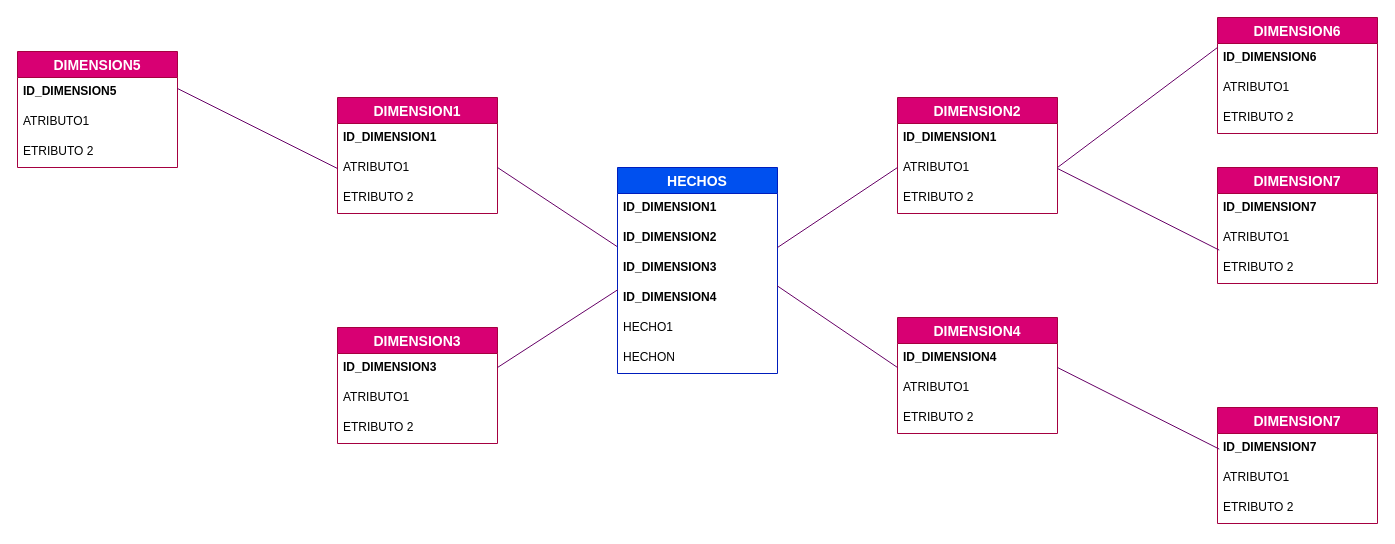
The draw.io diagram DIAGRAMAN/Diagrama Copo de Nieve.drawio in IVONNE80/BASE-DE-DATOS, before the edit. Source tidied: cells renumbered, new cells numbered last; positions are measured from the earlier drawing's top-left corner, leaving out a move shared by most shapes. Both pictures are drawn from the tidied source at 100%, with x=0, y=0 at pixel (17, 17).
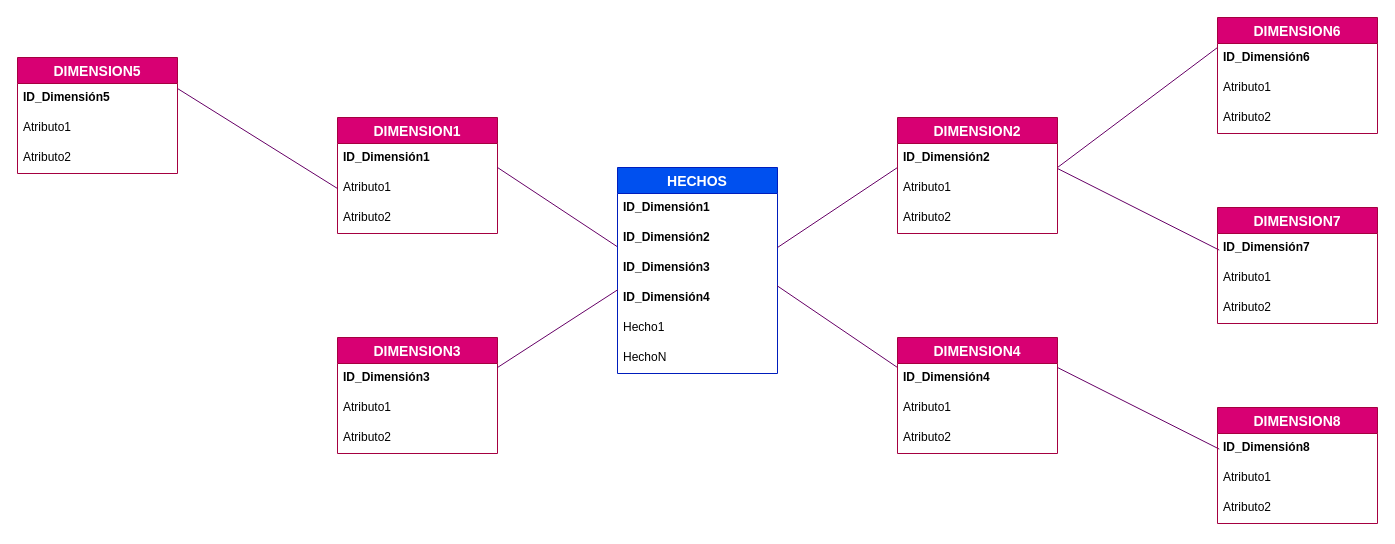
After the change.

Unchanged cells that the change refers to:
```xml
<mxCell id="2" value="HECHOS" style="swimlane;fontStyle=1;horizontal=1;startSize=26;align=center;fontSize=14;fillColor=#0050ef;strokeColor=#001DBC;fontColor=#ffffff;" parent="1" vertex="1">
  <mxGeometry x="600" y="150" width="160" height="206" as="geometry" />
</mxCell>
```

Diff of the diagram source:
```diff
@@
-    <mxCell id="3" value="ID_DIMENSION1" style="text;strokeColor=none;fillColor=none;spacingLeft=4;spacingRight=4;overflow=hidden;fontSize=12;fontStyle=1;" parent="2" vertex="1">
+    <mxCell id="3" value="ID_Dimensión1" style="text;strokeColor=none;fillColor=none;spacingLeft=4;spacingRight=4;overflow=hidden;fontSize=12;fontStyle=1;" parent="2" vertex="1">
       <mxGeometry y="26" width="160" height="30" as="geometry" />
     </mxCell>
-    <mxCell id="4" value="ID_DIMENSION2" style="text;strokeColor=none;fillColor=none;spacingLeft=4;spacingRight=4;overflow=hidden;points=[[0,0.5],[1,0.5]];portConstraint=eastwest;fontSize=12;fontStyle=1;" parent="2" vertex="1">
+    <mxCell id="4" value="ID_Dimensión2" style="text;strokeColor=none;fillColor=none;spacingLeft=4;spacingRight=4;overflow=hidden;points=[[0,0.5],[1,0.5]];portConstraint=eastwest;fontSize=12;fontStyle=1;" parent="2" vertex="1">
       <mxGeometry y="56" width="160" height="30" as="geometry" />
     </mxCell>
-    <mxCell id="5" value="ID_DIMENSION3" style="text;strokeColor=none;fillColor=none;spacingLeft=4;spacingRight=4;overflow=hidden;fontSize=12;fontStyle=1;" parent="2" vertex="1">
+    <mxCell id="5" value="ID_Dimensión3" style="text;strokeColor=none;fillColor=none;spacingLeft=4;spacingRight=4;overflow=hidden;fontSize=12;fontStyle=1;" parent="2" vertex="1">
       <mxGeometry y="86" width="160" height="30" as="geometry" />
     </mxCell>
-    <mxCell id="6" value="ID_DIMENSION4" style="text;strokeColor=none;fillColor=none;spacingLeft=4;spacingRight=4;overflow=hidden;points=[[0,0.5],[1,0.5]];portConstraint=eastwest;fontSize=12;fontStyle=1;" parent="2" vertex="1">
+    <mxCell id="6" value="ID_Dimensión4" style="text;strokeColor=none;fillColor=none;spacingLeft=4;spacingRight=4;overflow=hidden;points=[[0,0.5],[1,0.5]];portConstraint=eastwest;fontSize=12;fontStyle=1;" parent="2" vertex="1">
       <mxGeometry y="116" width="160" height="30" as="geometry" />
     </mxCell>
-    <mxCell id="7" value="HECHO1" style="text;strokeColor=none;fillColor=none;spacingLeft=4;spacingRight=4;overflow=hidden;fontSize=12;" parent="2" vertex="1">
+    <mxCell id="7" value="Hecho1" style="text;strokeColor=none;fillColor=none;spacingLeft=4;spacingRight=4;overflow=hidden;fontSize=12;" parent="2" vertex="1">
       <mxGeometry y="146" width="160" height="30" as="geometry" />
     </mxCell>
-    <mxCell id="8" value="HECHON" style="text;strokeColor=none;fillColor=none;spacingLeft=4;spacingRight=4;overflow=hidden;fontSize=12;" parent="2" vertex="1">
+    <mxCell id="8" value="HechoN" style="text;strokeColor=none;fillColor=none;spacingLeft=4;spacingRight=4;overflow=hidden;fontSize=12;" parent="2" vertex="1">
       <mxGeometry y="176" width="160" height="30" as="geometry" />
     </mxCell>
     <mxCell id="9" value="DIMENSION1" style="swimlane;fontStyle=1;horizontal=1;startSize=26;align=center;fontSize=14;fillColor=#d80073;strokeColor=#A50040;fontColor=#ffffff;" parent="1" vertex="1">
-      <mxGeometry x="320" y="80" width="160" height="116" as="geometry" />
+      <mxGeometry x="320" y="100" width="160" height="116" as="geometry" />
     </mxCell>
-    <mxCell id="10" value="ID_DIMENSION1" style="text;strokeColor=none;fillColor=none;spacingLeft=4;spacingRight=4;overflow=hidden;fontSize=12;fontStyle=1;" parent="9" vertex="1">
+    <mxCell id="10" value="ID_Dimensión1" style="text;strokeColor=none;fillColor=none;spacingLeft=4;spacingRight=4;overflow=hidden;fontSize=12;fontStyle=1;labelBorderColor=none;fontColor=default;" parent="9" vertex="1">
       <mxGeometry y="26" width="160" height="30" as="geometry" />
     </mxCell>
-    <mxCell id="11" value="ATRIBUTO1" style="text;strokeColor=none;fillColor=none;spacingLeft=4;spacingRight=4;overflow=hidden;points=[[0,0.5],[1,0.5]];portConstraint=eastwest;fontSize=12;" parent="9" vertex="1">
+    <mxCell id="11" value="Atributo1" style="text;strokeColor=none;fillColor=none;spacingLeft=4;spacingRight=4;overflow=hidden;points=[[0,0.5],[1,0.5]];portConstraint=eastwest;fontSize=12;html=1;" parent="9" vertex="1">
       <mxGeometry y="56" width="160" height="30" as="geometry" />
     </mxCell>
-    <mxCell id="12" value="ETRIBUTO 2" style="text;strokeColor=none;fillColor=none;spacingLeft=4;spacingRight=4;overflow=hidden;fontSize=12;" parent="9" vertex="1">
+    <mxCell id="12" value="Atributo2" style="text;strokeColor=none;fillColor=none;spacingLeft=4;spacingRight=4;overflow=hidden;fontSize=12;" parent="9" vertex="1">
       <mxGeometry y="86" width="160" height="30" as="geometry" />
     </mxCell>
-    <mxCell id="13" value="DIMENSION2" style="swimlane;fontStyle=1;horizontal=1;startSize=26;align=center;fontSize=14;fillColor=#d80073;strokeColor=#A50040;fontColor=#ffffff;" parent="1" vertex="1">
-      <mxGeometry x="880" y="80" width="160" height="116" as="geometry" />
-    </mxCell>
-    <mxCell id="14" value="ID_DIMENSION1" style="text;strokeColor=none;fillColor=none;spacingLeft=4;spacingRight=4;overflow=hidden;fontSize=12;fontStyle=1;" parent="13" vertex="1">
-      <mxGeometry y="26" width="160" height="30" as="geometry" />
-    </mxCell>
-    <mxCell id="15" value="ATRIBUTO1" style="text;strokeColor=none;fillColor=none;spacingLeft=4;spacingRight=4;overflow=hidden;points=[[0,0.5],[1,0.5]];portConstraint=eastwest;fontSize=12;" parent="13" vertex="1">
-      <mxGeometry y="56" width="160" height="30" as="geometry" />
-    </mxCell>
-    <mxCell id="16" value="ETRIBUTO 2" style="text;strokeColor=none;fillColor=none;spacingLeft=4;spacingRight=4;overflow=hidden;fontSize=12;" parent="13" vertex="1">
-      <mxGeometry y="86" width="160" height="30" as="geometry" />
-    </mxCell>
     <mxCell id="17" value="DIMENSION3" style="swimlane;fontStyle=1;horizontal=1;startSize=26;align=center;fontSize=14;fillColor=#d80073;strokeColor=#A50040;fontColor=#ffffff;" parent="1" vertex="1">
-      <mxGeometry x="320" y="310" width="160" height="116" as="geometry" />
+      <mxGeometry x="320" y="320" width="160" height="116" as="geometry" />
     </mxCell>
-    <mxCell id="18" value="ID_DIMENSION3" style="text;strokeColor=none;fillColor=none;spacingLeft=4;spacingRight=4;overflow=hidden;fontSize=12;fontStyle=1;" parent="17" vertex="1">
+    <mxCell id="18" value="ID_Dimensión3" style="text;strokeColor=none;fillColor=none;spacingLeft=4;spacingRight=4;overflow=hidden;fontSize=12;fontStyle=1;" parent="17" vertex="1">
       <mxGeometry y="26" width="160" height="30" as="geometry" />
     </mxCell>
-    <mxCell id="19" value="ATRIBUTO1" style="text;strokeColor=none;fillColor=none;spacingLeft=4;spacingRight=4;overflow=hidden;fontSize=12;" parent="17" vertex="1">
+    <mxCell id="19" value="Atributo1" style="text;strokeColor=none;fillColor=none;spacingLeft=4;spacingRight=4;overflow=hidden;fontSize=12;" parent="17" vertex="1">
       <mxGeometry y="56" width="160" height="30" as="geometry" />
     </mxCell>
-    <mxCell id="20" value="ETRIBUTO 2" style="text;strokeColor=none;fillColor=none;spacingLeft=4;spacingRight=4;overflow=hidden;fontSize=12;" parent="17" vertex="1">
+    <mxCell id="20" value="Atributo2" style="text;strokeColor=none;fillColor=none;spacingLeft=4;spacingRight=4;overflow=hidden;fontSize=12;" parent="17" vertex="1">
       <mxGeometry y="86" width="160" height="30" as="geometry" />
     </mxCell>
-    <mxCell id="21" value="DIMENSION4" style="swimlane;fontStyle=1;horizontal=1;startSize=26;align=center;fontSize=14;fillColor=#d80073;strokeColor=#A50040;fontColor=#ffffff;" parent="1" vertex="1">
-      <mxGeometry x="880" y="300" width="160" height="116" as="geometry" />
-    </mxCell>
-    <mxCell id="22" value="ID_DIMENSION4" style="text;strokeColor=none;fillColor=none;spacingLeft=4;spacingRight=4;overflow=hidden;fontSize=12;fontStyle=1;" parent="21" vertex="1">
-      <mxGeometry y="26" width="160" height="30" as="geometry" />
-    </mxCell>
-    <mxCell id="23" value="ATRIBUTO1" style="text;strokeColor=none;fillColor=none;spacingLeft=4;spacingRight=4;overflow=hidden;fontSize=12;" parent="21" vertex="1">
-      <mxGeometry y="56" width="160" height="30" as="geometry" />
-    </mxCell>
-    <mxCell id="24" value="ETRIBUTO 2" style="text;strokeColor=none;fillColor=none;spacingLeft=4;spacingRight=4;overflow=hidden;fontSize=12;" parent="21" vertex="1">
-      <mxGeometry y="86" width="160" height="30" as="geometry" />
-    </mxCell>
@@
-    <mxCell id="29" value="DIMENSION5" style="swimlane;fontStyle=1;horizontal=1;startSize=26;align=center;fontSize=14;fillColor=#d80073;strokeColor=#A50040;fontColor=#ffffff;" parent="1" vertex="1">
-      <mxGeometry y="34" width="160" height="116" as="geometry" />
-    </mxCell>
-    <mxCell id="30" value="ID_DIMENSION5" style="text;strokeColor=none;fillColor=none;spacingLeft=4;spacingRight=4;overflow=hidden;fontSize=12;fontStyle=1;" parent="29" vertex="1">
-      <mxGeometry y="26" width="160" height="30" as="geometry" />
-    </mxCell>
-    <mxCell id="31" value="ATRIBUTO1" style="text;strokeColor=none;fillColor=none;spacingLeft=4;spacingRight=4;overflow=hidden;fontSize=12;" parent="29" vertex="1">
-      <mxGeometry y="56" width="160" height="30" as="geometry" />
-    </mxCell>
-    <mxCell id="32" value="ETRIBUTO 2" style="text;strokeColor=none;fillColor=none;spacingLeft=4;spacingRight=4;overflow=hidden;fontSize=12;" parent="29" vertex="1">
-      <mxGeometry y="86" width="160" height="30" as="geometry" />
-    </mxCell>
@@
-    <mxCell id="34" value="DIMENSION6" style="swimlane;fontStyle=1;horizontal=1;startSize=26;align=center;fontSize=14;fillColor=#d80073;strokeColor=#A50040;fontColor=#ffffff;" parent="1" vertex="1">
-      <mxGeometry x="1200" width="160" height="116" as="geometry" />
-    </mxCell>
-    <mxCell id="35" value="ID_DIMENSION6" style="text;strokeColor=none;fillColor=none;spacingLeft=4;spacingRight=4;overflow=hidden;points=[[0,0.5],[1,0.5]];portConstraint=eastwest;fontSize=12;fontStyle=1;" parent="34" vertex="1">
-      <mxGeometry y="26" width="160" height="30" as="geometry" />
-    </mxCell>
-    <mxCell id="36" value="ATRIBUTO1" style="text;strokeColor=none;fillColor=none;spacingLeft=4;spacingRight=4;overflow=hidden;fontSize=12;" parent="34" vertex="1">
-      <mxGeometry y="56" width="160" height="30" as="geometry" />
-    </mxCell>
-    <mxCell id="37" value="ETRIBUTO 2" style="text;strokeColor=none;fillColor=none;spacingLeft=4;spacingRight=4;overflow=hidden;fontSize=12;" parent="34" vertex="1">
-      <mxGeometry y="86" width="160" height="30" as="geometry" />
-    </mxCell>
-    <mxCell id="38" value="DIMENSION7" style="swimlane;fontStyle=1;horizontal=1;startSize=26;align=center;fontSize=14;fillColor=#d80073;strokeColor=#A50040;fontColor=#ffffff;" parent="1" vertex="1">
-      <mxGeometry x="1200" y="150" width="160" height="116" as="geometry" />
-    </mxCell>
-    <mxCell id="39" value="ID_DIMENSION7" style="text;strokeColor=none;fillColor=none;spacingLeft=4;spacingRight=4;overflow=hidden;fontSize=12;fontStyle=1;" parent="38" vertex="1">
-      <mxGeometry y="26" width="160" height="30" as="geometry" />
-    </mxCell>
-    <mxCell id="40" value="ATRIBUTO1" style="text;strokeColor=none;fillColor=none;spacingLeft=4;spacingRight=4;overflow=hidden;points=[[0,0.5],[1,0.5]];portConstraint=eastwest;fontSize=12;" parent="38" vertex="1">
-      <mxGeometry y="56" width="160" height="30" as="geometry" />
-    </mxCell>
-    <mxCell id="41" value="ETRIBUTO 2" style="text;strokeColor=none;fillColor=none;spacingLeft=4;spacingRight=4;overflow=hidden;fontSize=12;" parent="38" vertex="1">
-      <mxGeometry y="86" width="160" height="30" as="geometry" />
-    </mxCell>
-    <mxCell id="42" style="endArrow=none;html=1;fontColor=#0000CC;strokeColor=#660066;rounded=0;entryX=0;entryY=0.133;entryDx=0;entryDy=0;entryPerimeter=0;" parent="1" edge="1" target="35">
+    <mxCell id="42" style="endArrow=none;html=1;fontColor=#0000CC;strokeColor=#660066;rounded=0;entryX=0;entryY=0.133;entryDx=0;entryDy=0;entryPerimeter=0;" parent="1" edge="1">
       <mxGeometry relative="1" as="geometry">
         <mxPoint x="1040" y="150" as="sourcePoint" />
+        <mxPoint x="1200" y="30" as="targetPoint" />
       </mxGeometry>
     </mxCell>
-    <mxCell id="43" style="endArrow=none;html=1;fontColor=#0000CC;strokeColor=#660066;rounded=0;entryX=0.011;entryY=0.887;entryDx=0;entryDy=0;entryPerimeter=0;exitX=1;exitY=0.5;exitDx=0;exitDy=0;" parent="1" edge="1" source="15" target="40">
-      <mxGeometry relative="1" as="geometry" />
+    <mxCell id="43" style="endArrow=none;html=1;fontColor=#0000CC;strokeColor=#660066;rounded=0;entryX=0.011;entryY=0.887;entryDx=0;entryDy=0;entryPerimeter=0;exitX=1;exitY=0.5;exitDx=0;exitDy=0;" parent="1" edge="1">
+      <mxGeometry relative="1" as="geometry">
+        <mxPoint x="1040" y="151" as="sourcePoint" />
+        <mxPoint x="1201.8" y="232.6" as="targetPoint" />
+      </mxGeometry>
     </mxCell>
-    <mxCell id="44" value="DIMENSION7" style="swimlane;fontStyle=1;horizontal=1;startSize=26;align=center;fontSize=14;fillColor=#d80073;strokeColor=#A50040;fontColor=#ffffff;" parent="1" vertex="1">
-      <mxGeometry x="1200" y="390" width="160" height="116" as="geometry" />
-    </mxCell>
-    <mxCell id="45" value="ID_DIMENSION7" style="text;strokeColor=none;fillColor=none;spacingLeft=4;spacingRight=4;overflow=hidden;fontSize=12;fontStyle=1;" parent="44" vertex="1">
-      <mxGeometry y="26" width="160" height="30" as="geometry" />
-    </mxCell>
-    <mxCell id="46" value="ATRIBUTO1" style="text;strokeColor=none;fillColor=none;spacingLeft=4;spacingRight=4;overflow=hidden;fontSize=12;" parent="44" vertex="1">
-      <mxGeometry y="56" width="160" height="30" as="geometry" />
-    </mxCell>
-    <mxCell id="47" value="ETRIBUTO 2" style="text;strokeColor=none;fillColor=none;spacingLeft=4;spacingRight=4;overflow=hidden;fontSize=12;" parent="44" vertex="1">
-      <mxGeometry y="86" width="160" height="30" as="geometry" />
-    </mxCell>
@@
+    <mxCell id="29" value="DIMENSION5" style="swimlane;fontStyle=1;horizontal=1;startSize=26;align=center;fontSize=14;fillColor=#d80073;strokeColor=#A50040;fontColor=#ffffff;" parent="1" vertex="1">
+      <mxGeometry y="40" width="160" height="116" as="geometry" />
+    </mxCell>
+    <mxCell id="49" value="ID_Dimensión5" style="text;strokeColor=none;fillColor=none;spacingLeft=4;spacingRight=4;overflow=hidden;fontSize=12;fontStyle=1;labelBorderColor=none;fontColor=default;" parent="29" vertex="1">
+      <mxGeometry y="26" width="160" height="30" as="geometry" />
+    </mxCell>
+    <mxCell id="50" value="Atributo1" style="text;strokeColor=none;fillColor=none;spacingLeft=4;spacingRight=4;overflow=hidden;fontSize=12;html=1;" parent="29" vertex="1">
+      <mxGeometry y="56" width="160" height="30" as="geometry" />
+    </mxCell>
+    <mxCell id="51" value="Atributo2" style="text;strokeColor=none;fillColor=none;spacingLeft=4;spacingRight=4;overflow=hidden;fontSize=12;" parent="29" vertex="1">
+      <mxGeometry y="86" width="160" height="30" as="geometry" />
+    </mxCell>
+    <mxCell id="13" value="DIMENSION2" style="swimlane;fontStyle=1;horizontal=1;startSize=26;align=center;fontSize=14;fillColor=#d80073;strokeColor=#A50040;fontColor=#ffffff;" parent="1" vertex="1">
+      <mxGeometry x="880" y="100" width="160" height="116" as="geometry" />
+    </mxCell>
+    <mxCell id="52" value="ID_Dimensión2" style="text;strokeColor=none;fillColor=none;spacingLeft=4;spacingRight=4;overflow=hidden;fontSize=12;fontStyle=1;labelBorderColor=none;fontColor=default;" parent="13" vertex="1">
+      <mxGeometry y="26" width="160" height="30" as="geometry" />
+    </mxCell>
+    <mxCell id="53" value="Atributo1" style="text;strokeColor=none;fillColor=none;spacingLeft=4;spacingRight=4;overflow=hidden;fontSize=12;html=1;" parent="13" vertex="1">
+      <mxGeometry y="56" width="160" height="30" as="geometry" />
+    </mxCell>
+    <mxCell id="54" value="Atributo2" style="text;strokeColor=none;fillColor=none;spacingLeft=4;spacingRight=4;overflow=hidden;fontSize=12;" parent="13" vertex="1">
+      <mxGeometry y="86" width="160" height="30" as="geometry" />
+    </mxCell>
+    <mxCell id="21" value="DIMENSION4" style="swimlane;fontStyle=1;horizontal=1;startSize=26;align=center;fontSize=14;fillColor=#d80073;strokeColor=#A50040;fontColor=#ffffff;" parent="1" vertex="1">
+      <mxGeometry x="880" y="320" width="160" height="116" as="geometry" />
+    </mxCell>
+    <mxCell id="55" value="ID_Dimensión4" style="text;strokeColor=none;fillColor=none;spacingLeft=4;spacingRight=4;overflow=hidden;fontSize=12;fontStyle=1;labelBorderColor=none;fontColor=default;" parent="21" vertex="1">
+      <mxGeometry y="26" width="160" height="30" as="geometry" />
+    </mxCell>
+    <mxCell id="56" value="Atributo1" style="text;strokeColor=none;fillColor=none;spacingLeft=4;spacingRight=4;overflow=hidden;fontSize=12;html=1;" parent="21" vertex="1">
+      <mxGeometry y="56" width="160" height="30" as="geometry" />
+    </mxCell>
+    <mxCell id="57" value="Atributo2" style="text;strokeColor=none;fillColor=none;spacingLeft=4;spacingRight=4;overflow=hidden;fontSize=12;" parent="21" vertex="1">
+      <mxGeometry y="86" width="160" height="30" as="geometry" />
+    </mxCell>
+    <mxCell id="34" value="DIMENSION6" style="swimlane;fontStyle=1;horizontal=1;startSize=26;align=center;fontSize=14;fillColor=#d80073;strokeColor=#A50040;fontColor=#ffffff;" parent="1" vertex="1">
+      <mxGeometry x="1200" width="160" height="116" as="geometry" />
+    </mxCell>
+    <mxCell id="58" value="ID_Dimensión6" style="text;strokeColor=none;fillColor=none;spacingLeft=4;spacingRight=4;overflow=hidden;fontSize=12;fontStyle=1;labelBorderColor=none;fontColor=default;" parent="34" vertex="1">
+      <mxGeometry y="26" width="160" height="30" as="geometry" />
+    </mxCell>
+    <mxCell id="59" value="Atributo1" style="text;strokeColor=none;fillColor=none;spacingLeft=4;spacingRight=4;overflow=hidden;fontSize=12;html=1;" parent="34" vertex="1">
+      <mxGeometry y="56" width="160" height="30" as="geometry" />
+    </mxCell>
+    <mxCell id="60" value="Atributo2" style="text;strokeColor=none;fillColor=none;spacingLeft=4;spacingRight=4;overflow=hidden;fontSize=12;" parent="34" vertex="1">
+      <mxGeometry y="86" width="160" height="30" as="geometry" />
+    </mxCell>
+    <mxCell id="61" value="DIMENSION7" style="swimlane;fontStyle=1;horizontal=1;startSize=26;align=center;fontSize=14;fillColor=#d80073;strokeColor=#A50040;fontColor=#ffffff;" parent="1" vertex="1">
+      <mxGeometry x="1200" y="190" width="160" height="116" as="geometry" />
+    </mxCell>
+    <mxCell id="62" value="ID_Dimensión7" style="text;strokeColor=none;fillColor=none;spacingLeft=4;spacingRight=4;overflow=hidden;fontSize=12;fontStyle=1;labelBorderColor=none;fontColor=default;" parent="61" vertex="1">
+      <mxGeometry y="26" width="160" height="30" as="geometry" />
+    </mxCell>
+    <mxCell id="63" value="Atributo1" style="text;strokeColor=none;fillColor=none;spacingLeft=4;spacingRight=4;overflow=hidden;fontSize=12;html=1;" parent="61" vertex="1">
+      <mxGeometry y="56" width="160" height="30" as="geometry" />
+    </mxCell>
+    <mxCell id="64" value="Atributo2" style="text;strokeColor=none;fillColor=none;spacingLeft=4;spacingRight=4;overflow=hidden;fontSize=12;" parent="61" vertex="1">
+      <mxGeometry y="86" width="160" height="30" as="geometry" />
+    </mxCell>
+    <mxCell id="65" value="DIMENSION8" style="swimlane;fontStyle=1;horizontal=1;startSize=26;align=center;fontSize=14;fillColor=#d80073;strokeColor=#A50040;fontColor=#ffffff;" parent="1" vertex="1">
+      <mxGeometry x="1200" y="390" width="160" height="116" as="geometry" />
+    </mxCell>
+    <mxCell id="66" value="ID_Dimensión8" style="text;strokeColor=none;fillColor=none;spacingLeft=4;spacingRight=4;overflow=hidden;fontSize=12;fontStyle=1;labelBorderColor=none;fontColor=default;" parent="65" vertex="1">
+      <mxGeometry y="26" width="160" height="30" as="geometry" />
+    </mxCell>
+    <mxCell id="67" value="Atributo1" style="text;strokeColor=none;fillColor=none;spacingLeft=4;spacingRight=4;overflow=hidden;fontSize=12;html=1;" parent="65" vertex="1">
+      <mxGeometry y="56" width="160" height="30" as="geometry" />
+    </mxCell>
+    <mxCell id="68" value="Atributo2" style="text;strokeColor=none;fillColor=none;spacingLeft=4;spacingRight=4;overflow=hidden;fontSize=12;" parent="65" vertex="1">
+      <mxGeometry y="86" width="160" height="30" as="geometry" />
+    </mxCell>
```
